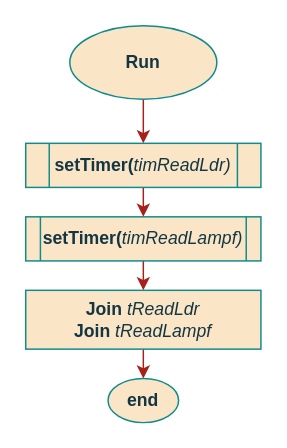
The draw.io diagram page "run" (3 of 7) of documentation/flowcharts/02Classes/CSensors.drawio in ESRGgroup9/slipad, before the edit. Source tidied: cells renumbered, new cells numbered last; positions are measured from the earlier drawing's top-left corner, leaving out a move shared by most shapes. Both pictures are drawn from the tidied source at 147%, with x=0, y=0 at pixel (25, 25).
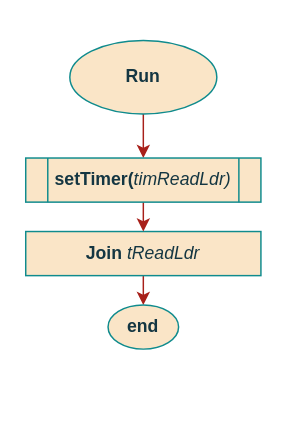
The same page after the edit.

What changed in the source:
```diff
@@
 <mxGraphModel>
   <root>
     <mxCell id="0" />
     <mxCell id="1" parent="0" />
     <mxCell id="2" style="edgeStyle=orthogonalEdgeStyle;rounded=0;jettySize=auto;html=1;exitX=0.5;exitY=1;exitDx=0;exitDy=0;entryX=0.5;entryY=0;entryDx=0;entryDy=0;strokeColor=#A8201A;" parent="1" edge="1" source="3" target="6">
       <mxGeometry relative="1" as="geometry" />
     </mxCell>
-    <mxCell id="3" value="&lt;div&gt;&lt;b&gt;Join &lt;/b&gt;&lt;i&gt;tReadLdr&lt;/i&gt;&lt;/div&gt;&lt;div&gt;&lt;b&gt;Join &lt;/b&gt;&lt;i&gt;tReadLampf&lt;/i&gt;&lt;/div&gt;" style="rounded=0;whiteSpace=wrap;html=1;sketch=0;fontColor=#143642;strokeColor=#0F8B8D;fillColor=#FAE5C7;fontFamily=Helvetica;align=center;" parent="1" vertex="1">
-      <mxGeometry y="180" width="160" height="40" as="geometry" />
+    <mxCell id="3" value="&lt;div&gt;&lt;b&gt;Join &lt;/b&gt;&lt;i&gt;tReadLdr&lt;/i&gt;&lt;/div&gt;" style="rounded=0;whiteSpace=wrap;html=1;sketch=0;fontColor=#143642;strokeColor=#0F8B8D;fillColor=#FAE5C7;fontFamily=Helvetica;align=center;" parent="1" vertex="1">
+      <mxGeometry y="140" width="160" height="30" as="geometry" />
     </mxCell>
-    <mxCell id="4" style="edgeStyle=orthogonalEdgeStyle;rounded=0;jettySize=auto;html=1;exitX=0.5;exitY=1;exitDx=0;exitDy=0;entryX=0.5;entryY=0;entryDx=0;entryDy=0;strokeColor=#A8201A;" parent="1" edge="1" source="5" target="10">
-      <mxGeometry relative="1" as="geometry" />
+    <mxCell id="4" style="edgeStyle=orthogonalEdgeStyle;rounded=0;jettySize=auto;html=1;exitX=0.5;exitY=1;exitDx=0;exitDy=0;entryX=0.5;entryY=0;entryDx=0;entryDy=0;strokeColor=#A8201A;" parent="1" edge="1" source="5">
+      <mxGeometry relative="1" as="geometry">
+        <mxPoint x="80" y="90" as="targetPoint" />
+      </mxGeometry>
     </mxCell>
     <mxCell id="5" value="Run" style="ellipse;whiteSpace=wrap;html=1;fontFamily=Helvetica;fillColor=#FAE5C7;strokeColor=#0F8B8D;fontColor=#143642;fontStyle=1;" parent="1" vertex="1">
-      <mxGeometry x="30" width="100" height="50" as="geometry" />
+      <mxGeometry x="30" y="10" width="100" height="50" as="geometry" />
     </mxCell>
     <mxCell id="6" value="end" style="ellipse;whiteSpace=wrap;html=1;fillColor=#FAE5C7;strokeColor=#0F8B8D;fontColor=#143642;fontStyle=1;" parent="1" vertex="1">
-      <mxGeometry x="56" y="240" width="48" height="30" as="geometry" />
+      <mxGeometry x="56" y="190" width="48" height="30" as="geometry" />
     </mxCell>
-    <mxCell id="7" style="edgeStyle=orthogonalEdgeStyle;rounded=0;jettySize=auto;html=1;exitX=0.5;exitY=1;exitDx=0;exitDy=0;entryX=0.5;entryY=0;entryDx=0;entryDy=0;strokeColor=#A8201A;" parent="1" edge="1" source="8" target="3">
-      <mxGeometry relative="1" as="geometry" />
-    </mxCell>
-    <mxCell id="8" value="setTimer(&lt;span style=&quot;font-weight: normal&quot;&gt;&lt;i&gt;timReadLampf)&lt;/i&gt;&lt;/span&gt;" style="shape=process;whiteSpace=wrap;html=1;backgroundOutline=1;rounded=0;sketch=0;fontColor=#143642;strokeColor=#0F8B8D;fillColor=#FAE5C7;fontStyle=1;size=0.0625;" parent="1" vertex="1">
-      <mxGeometry y="130" width="160" height="30" as="geometry" />
-    </mxCell>
-    <mxCell id="9" style="edgeStyle=orthogonalEdgeStyle;rounded=0;jettySize=auto;html=1;exitX=0.5;exitY=1;exitDx=0;exitDy=0;entryX=0.5;entryY=0;entryDx=0;entryDy=0;strokeColor=#A8201A;" parent="1" edge="1" source="10" target="8">
-      <mxGeometry relative="1" as="geometry" />
+    <mxCell id="9" style="edgeStyle=orthogonalEdgeStyle;rounded=0;jettySize=auto;html=1;exitX=0.5;exitY=1;exitDx=0;exitDy=0;entryX=0.5;entryY=0;entryDx=0;entryDy=0;strokeColor=#A8201A;" parent="1" edge="1" source="10">
+      <mxGeometry relative="1" as="geometry">
+        <mxPoint x="80" y="140" as="targetPoint" />
+      </mxGeometry>
     </mxCell>
-    <mxCell id="10" value="setTimer(&lt;span style=&quot;font-weight: normal&quot;&gt;&lt;i&gt;timReadLdr)&lt;/i&gt;&lt;/span&gt;" style="shape=process;whiteSpace=wrap;html=1;backgroundOutline=1;rounded=0;sketch=0;fontColor=#143642;strokeColor=#0F8B8D;fillColor=#FAE5C7;fontStyle=1;" parent="1" vertex="1">
-      <mxGeometry y="80" width="160" height="30" as="geometry" />
+    <mxCell id="10" value="setTimer(&lt;span style=&quot;font-weight: normal&quot;&gt;&lt;i&gt;timReadLdr)&lt;/i&gt;&lt;/span&gt;" style="shape=process;whiteSpace=wrap;html=1;backgroundOutline=1;rounded=0;sketch=0;fontColor=#143642;strokeColor=#0F8B8D;fillColor=#FAE5C7;fontStyle=1;size=0.09375;" parent="1" vertex="1">
+      <mxGeometry y="90" width="160" height="30" as="geometry" />
     </mxCell>
   </root>
 </mxGraphModel>
```
